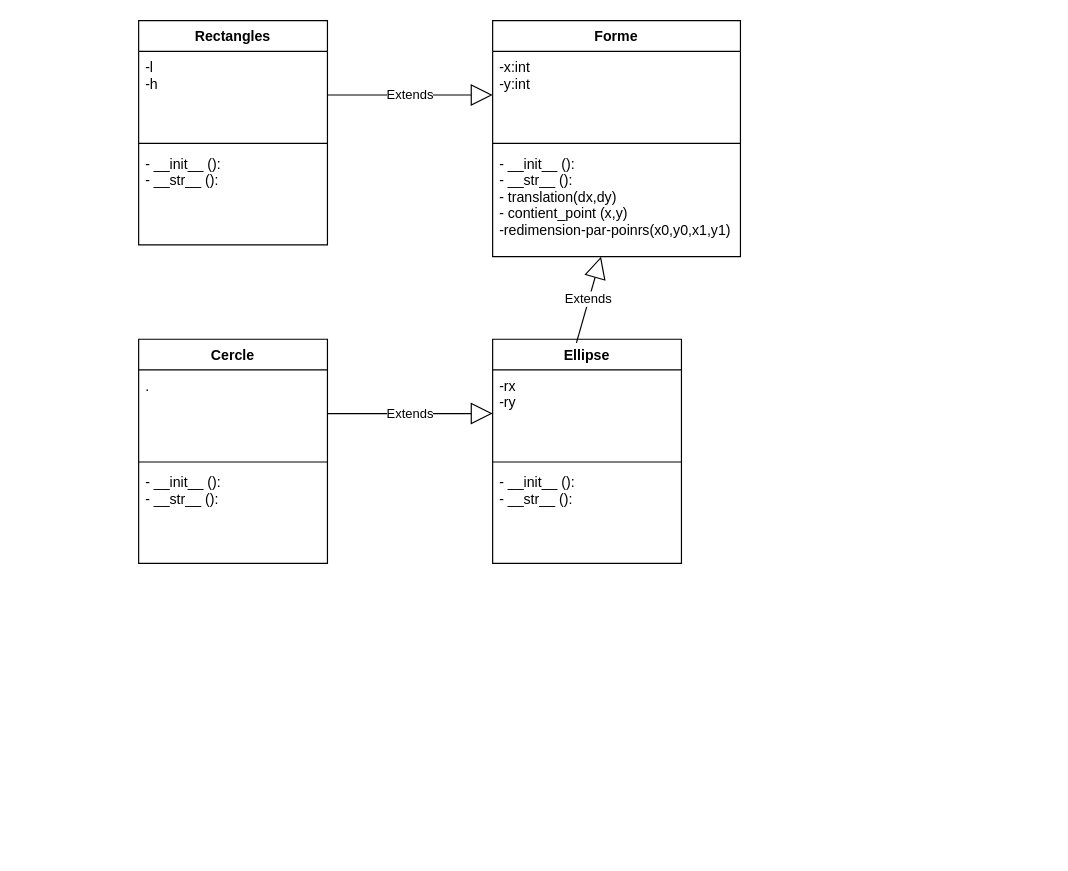
fedeanus/repositorioGitHub keeps this draw.io diagram as page "Ex2" (2 of 2) of UML TD2 - ECL.drawio. Above is the earlier version. Source tidied: cells renumbered, new cells numbered last; positions are measured from the earlier drawing's top-left corner, leaving out a move shared by most shapes. Both pictures are drawn from the tidied source at 118%, with x=0, y=0 at pixel (138, 20).
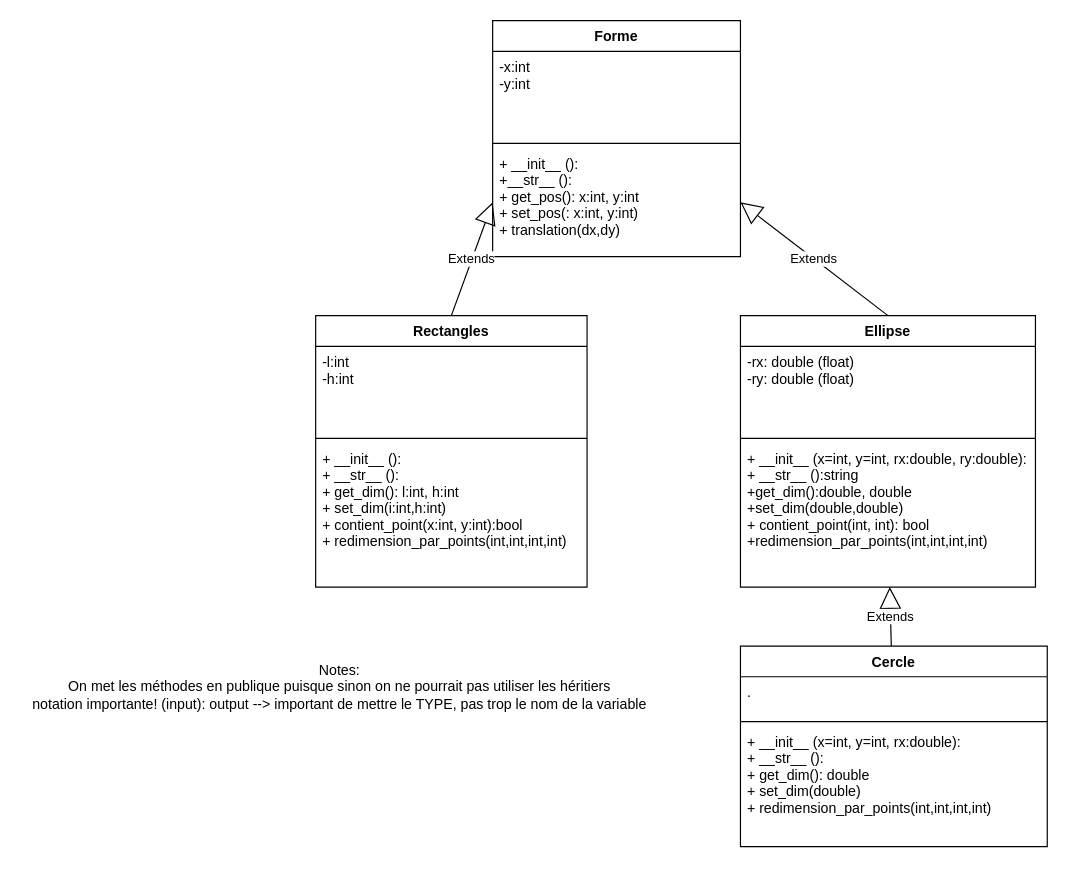
After the change.

The change refers to these unchanged cells:
```xml
<mxCell id="6" value="Forme" style="swimlane;fontStyle=1;align=center;verticalAlign=top;horizontal=1;startSize=26;" parent="1" vertex="1">
  <mxGeometry x="300" width="210" height="200" as="geometry" />
</mxCell>
<mxCell id="7" value="-x:int&#10;-y:int&#10;" style="text;strokeColor=none;fillColor=none;align=left;verticalAlign=top;spacingLeft=4;spacingRight=4;overflow=hidden;points=[[0,0.5],[1,0.5]];portConstraint=eastwest;" parent="6" vertex="1">
  <mxGeometry y="26" width="210" height="74" as="geometry" />
</mxCell>
```

The edit, as a diff of the source:
```diff
@@
     <mxCell id="2" value="Rectangles" style="swimlane;fontStyle=1;align=center;verticalAlign=top;horizontal=1;startSize=26;" parent="1" vertex="1">
-      <mxGeometry width="160" height="190" as="geometry" />
+      <mxGeometry x="150" y="250" width="230" height="230" as="geometry" />
     </mxCell>
-    <mxCell id="3" value="-l&#10;-h" style="text;strokeColor=none;fillColor=none;align=left;verticalAlign=top;spacingLeft=4;spacingRight=4;overflow=hidden;points=[[0,0.5],[1,0.5]];portConstraint=eastwest;" parent="2" vertex="1">
-      <mxGeometry y="26" width="160" height="74" as="geometry" />
+    <mxCell id="3" value="-l:int&#10;-h:int" style="text;strokeColor=none;fillColor=none;align=left;verticalAlign=top;spacingLeft=4;spacingRight=4;overflow=hidden;points=[[0,0.5],[1,0.5]];portConstraint=eastwest;" parent="2" vertex="1">
+      <mxGeometry y="26" width="230" height="74" as="geometry" />
     </mxCell>
     <mxCell id="4" style="line;strokeWidth=1;fillColor=none;align=left;verticalAlign=middle;spacingTop=-1;spacingLeft=3;spacingRight=3;labelPosition=right;" parent="2" vertex="1">
-      <mxGeometry y="100" width="160" height="8" as="geometry" />
+      <mxGeometry y="100" width="230" height="8" as="geometry" />
     </mxCell>
-    <mxCell id="5" value="- __init__ ():&#10;- __str__ ():" style="text;strokeColor=none;fillColor=none;align=left;verticalAlign=top;spacingLeft=4;spacingRight=4;overflow=hidden;" parent="2" vertex="1">
-      <mxGeometry y="108" width="160" height="82" as="geometry" />
+    <mxCell id="5" value="+ __init__ ():&#10;+ __str__ ():&#10;+ get_dim(): l:int, h:int&#10;+ set_dim(i:int,h:int)&#10;+ contient_point(x:int, y:int):bool&#10;+ redimension_par_points(int,int,int,int)&#10;" style="text;strokeColor=none;fillColor=none;align=left;verticalAlign=top;spacingLeft=4;spacingRight=4;overflow=hidden;" parent="2" vertex="1">
+      <mxGeometry y="108" width="230" height="122" as="geometry" />
     </mxCell>
@@
-    <mxCell id="9" value="- __init__ ():&#10;- __str__ ():&#10;- translation(dx,dy)&#10;- contient_point (x,y)&#10;-redimension-par-poinrs(x0,y0,x1,y1)" style="text;strokeColor=none;fillColor=none;align=left;verticalAlign=top;spacingLeft=4;spacingRight=4;overflow=hidden;points=[[0,0.5],[1,0.5]];portConstraint=eastwest;" parent="6" vertex="1">
+    <mxCell id="9" value="+ __init__ ():&#10;+__str__ ():&#10;+ get_pos(): x:int, y:int&#10;+ set_pos(: x:int, y:int)&#10;+ translation(dx,dy)&#10;" style="text;strokeColor=none;fillColor=none;align=left;verticalAlign=top;spacingLeft=4;spacingRight=4;overflow=hidden;points=[[0,0.5],[1,0.5]];portConstraint=eastwest;" parent="6" vertex="1">
       <mxGeometry y="108" width="210" height="92" as="geometry" />
     </mxCell>
     <mxCell id="10" value="Ellipse" style="swimlane;fontStyle=1;align=center;verticalAlign=top;horizontal=1;startSize=26;" parent="1" vertex="1">
-      <mxGeometry x="300" y="270" width="160" height="190" as="geometry" />
+      <mxGeometry x="510" y="250" width="250" height="230" as="geometry" />
     </mxCell>
-    <mxCell id="11" value="-rx&#10;-ry" style="text;strokeColor=none;fillColor=none;align=left;verticalAlign=top;spacingLeft=4;spacingRight=4;overflow=hidden;points=[[0,0.5],[1,0.5]];portConstraint=eastwest;" parent="10" vertex="1">
-      <mxGeometry y="26" width="160" height="74" as="geometry" />
+    <mxCell id="11" value="-rx: double (float)&#10;-ry: double (float)" style="text;strokeColor=none;fillColor=none;align=left;verticalAlign=top;spacingLeft=4;spacingRight=4;overflow=hidden;points=[[0,0.5],[1,0.5]];portConstraint=eastwest;" parent="10" vertex="1">
+      <mxGeometry y="26" width="250" height="74" as="geometry" />
     </mxCell>
     <mxCell id="12" style="line;strokeWidth=1;fillColor=none;align=left;verticalAlign=middle;spacingTop=-1;spacingLeft=3;spacingRight=3;labelPosition=right;" parent="10" vertex="1">
-      <mxGeometry y="100" width="160" height="8" as="geometry" />
+      <mxGeometry y="100" width="250" height="8" as="geometry" />
     </mxCell>
-    <mxCell id="13" value="- __init__ ():&#10;- __str__ ():" style="text;strokeColor=none;fillColor=none;align=left;verticalAlign=top;spacingLeft=4;spacingRight=4;overflow=hidden;points=[[0,0.5],[1,0.5]];portConstraint=eastwest;" parent="10" vertex="1">
-      <mxGeometry y="108" width="160" height="82" as="geometry" />
+    <mxCell id="13" value="+ __init__ (x=int, y=int, rx:double, ry:double):&#10;+ __str__ ():string&#10;+get_dim():double, double&#10;+set_dim(double,double)&#10;+ contient_point(int, int): bool&#10;+redimension_par_points(int,int,int,int)&#10;" style="text;strokeColor=none;fillColor=none;align=left;verticalAlign=top;spacingLeft=4;spacingRight=4;overflow=hidden;points=[[0,0.5],[1,0.5]];portConstraint=eastwest;" parent="10" vertex="1">
+      <mxGeometry y="108" width="250" height="122" as="geometry" />
     </mxCell>
-    <mxCell id="14" value="Extends" style="endArrow=block;endSize=16;endFill=0;html=1;" parent="1" edge="1" target="9">
-      <mxGeometry relative="1" as="geometry">
-        <mxPoint x="371" y="273" as="sourcePoint" />
-      </mxGeometry>
+    <mxCell id="14" value="Extends" style="endArrow=block;endSize=16;endFill=0;html=1;exitX=0.5;exitY=0;exitDx=0;exitDy=0;entryX=1;entryY=0.5;entryDx=0;entryDy=0;" parent="1" edge="1" source="10" target="9">
+      <mxGeometry relative="1" as="geometry" />
     </mxCell>
-    <mxCell id="15" value="Extends" style="endArrow=block;endSize=16;endFill=0;html=1;entryX=0;entryY=0.5;entryDx=0;entryDy=0;exitX=1;exitY=0.5;exitDx=0;exitDy=0;" parent="1" edge="1" source="17" target="11">
+    <mxCell id="15" value="Extends" style="endArrow=block;endSize=16;endFill=0;html=1;" parent="1" edge="1" source="16" target="13">
       <mxGeometry relative="1" as="geometry" />
     </mxCell>
     <mxCell id="16" value="Cercle" style="swimlane;fontStyle=1;align=center;verticalAlign=top;horizontal=1;startSize=26;" parent="1" vertex="1">
-      <mxGeometry y="270" width="160" height="190" as="geometry" />
+      <mxGeometry x="510" y="530" width="260" height="170" as="geometry" />
     </mxCell>
     <mxCell id="17" value="." style="text;strokeColor=none;fillColor=none;align=left;verticalAlign=top;spacingLeft=4;spacingRight=4;overflow=hidden;points=[[0,0.5],[1,0.5]];portConstraint=eastwest;" parent="16" vertex="1">
-      <mxGeometry y="26" width="160" height="74" as="geometry" />
+      <mxGeometry y="26" width="260" height="34" as="geometry" />
     </mxCell>
     <mxCell id="18" style="line;strokeWidth=1;fillColor=none;align=left;verticalAlign=middle;spacingTop=-1;spacingLeft=3;spacingRight=3;labelPosition=right;" parent="16" vertex="1">
-      <mxGeometry y="100" width="160" height="8" as="geometry" />
+      <mxGeometry y="60" width="260" height="8" as="geometry" />
     </mxCell>
-    <mxCell id="19" value="- __init__ ():&#10;- __str__ ():" style="text;strokeColor=none;fillColor=none;align=left;verticalAlign=top;spacingLeft=4;spacingRight=4;overflow=hidden;" parent="16" vertex="1">
-      <mxGeometry y="108" width="160" height="82" as="geometry" />
+    <mxCell id="19" value="+ __init__ (x=int, y=int, rx:double):&#10;+ __str__ ():&#10;+ get_dim(): double&#10;+ set_dim(double)&#10;+ redimension_par_points(int,int,int,int)&#10;" style="text;strokeColor=none;fillColor=none;align=left;verticalAlign=top;spacingLeft=4;spacingRight=4;overflow=hidden;" parent="16" vertex="1">
+      <mxGeometry y="68" width="260" height="102" as="geometry" />
     </mxCell>
-    <mxCell id="20" value="Extends" style="endArrow=block;endSize=16;endFill=0;html=1;entryX=0;entryY=0.5;entryDx=0;entryDy=0;exitX=1;exitY=0.5;exitDx=0;exitDy=0;" parent="1" edge="1" source="3" target="7">
+    <mxCell id="20" value="Extends" style="endArrow=block;endSize=16;endFill=0;html=1;entryX=0;entryY=0.5;entryDx=0;entryDy=0;exitX=0.5;exitY=0;exitDx=0;exitDy=0;" parent="1" edge="1" source="2" target="9">
       <mxGeometry relative="1" as="geometry" />
     </mxCell>
+    <mxCell id="21" value="Notes:&lt;br&gt;On met les méthodes en publique puisque sinon on ne pourrait pas utiliser les héritiers&lt;br&gt;notation importante! (input): output --&amp;gt; important de mettre le TYPE, pas trop le nom de la variable" style="text;html=1;align=center;verticalAlign=middle;fillColor=none;strokeColor=none;rounded=0;" parent="1" vertex="1">
+      <mxGeometry x="-100" y="540" width="540" height="50" as="geometry" />
+    </mxCell>
```
